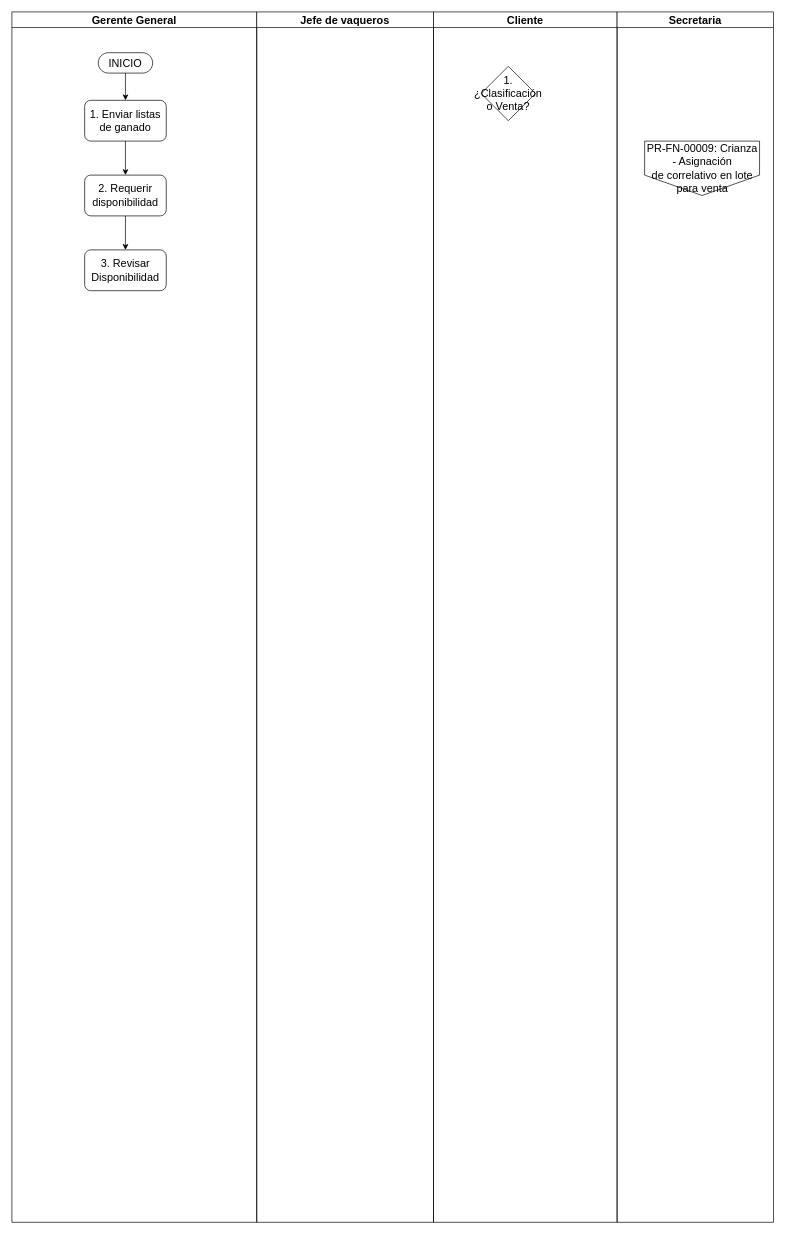
Before: page "PR-FN-00068 - Venta de ganado" (5 of 5) of FSJB.drawio in prtigofn/Dev2.0, a draw.io diagram. Source tidied: cells renumbered, new cells numbered last; positions are measured from the earlier drawing's top-left corner, leaving out a move shared by most shapes. Both pictures are drawn from the tidied source at 68%, with x=0, y=0 at pixel (12, 12).
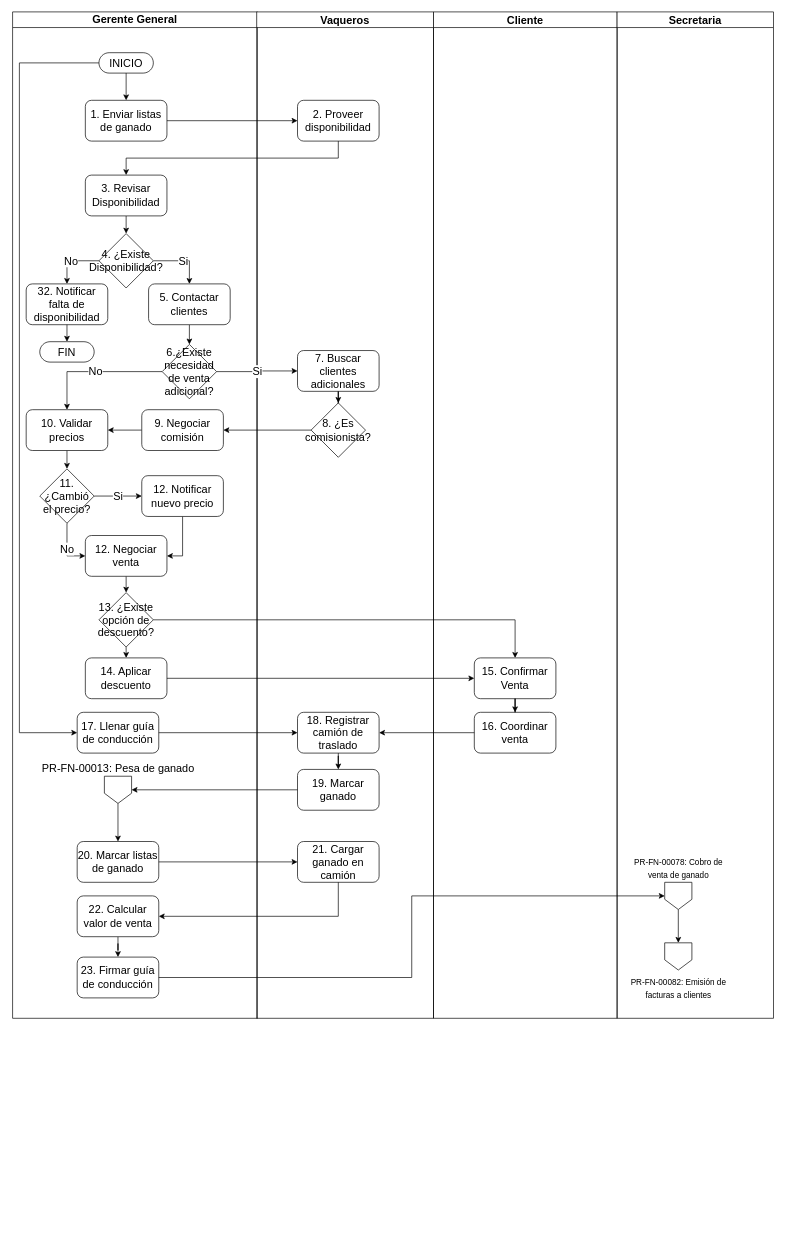
After the change.

Unchanged cells that the change refers to:
```xml
<mxCell id="3" value="INICIO" style="html=1;dashed=0;whiteSpace=wrap;shape=mxgraph.dfd.start;fontSize=16;" parent="2" vertex="1">
  <mxGeometry x="127" y="60" width="80" height="30" as="geometry" />
</mxCell>
<mxCell id="7" value="1. Enviar listas de ganado" style="rounded=1;whiteSpace=wrap;html=1;fontSize=16;" parent="2" vertex="1">
  <mxGeometry x="107" y="130" width="120" height="60" as="geometry" />
</mxCell>
```

The edit, as a diff of the source:
```diff
@@
-    <mxCell id="2" value="Gerente General" style="swimlane;whiteSpace=wrap;html=1;fontSize=16;" parent="1" vertex="1">
-      <mxGeometry width="360" height="1780" as="geometry" />
+    <mxCell id="2" value="Gerente General" style="swimlane;whiteSpace=wrap;html=1;fontSize=16;verticalAlign=bottom;horizontal=1;" parent="1" vertex="1">
+      <mxGeometry x="1" width="360" height="1480" as="geometry" />
     </mxCell>
+    <mxCell id="15" style="edgeStyle=orthogonalEdgeStyle;rounded=0;jettySize=auto;html=1;exitX=0;exitY=0.5;exitDx=0;exitDy=0;exitPerimeter=0;entryX=0;entryY=0.5;entryDx=0;entryDy=0;fontSize=16;" parent="2" edge="1" source="3" target="44">
+      <mxGeometry relative="1" as="geometry">
+        <Array as="points">
+          <mxPoint x="10" y="75" />
+          <mxPoint x="10" y="1060" />
+        </Array>
+      </mxGeometry>
+    </mxCell>
@@
-    <mxCell id="4" style="edgeStyle=orthogonalEdgeStyle;rounded=0;jettySize=auto;html=1;" parent="2" edge="1" source="5" target="6">
-      <mxGeometry relative="1" as="geometry" />
-    </mxCell>
-    <mxCell id="5" value="2. Requerir disponibilidad" style="rounded=1;whiteSpace=wrap;html=1;fontSize=16;" parent="2" vertex="1">
-      <mxGeometry x="107" y="240" width="120" height="60" as="geometry" />
-    </mxCell>
+    <mxCell id="16" style="edgeStyle=orthogonalEdgeStyle;rounded=0;jettySize=auto;html=1;exitX=0.5;exitY=1;exitDx=0;exitDy=0;entryX=0.5;entryY=0;entryDx=0;entryDy=0;fontSize=16;" parent="2" edge="1" source="6" target="12">
+      <mxGeometry relative="1" as="geometry" />
+    </mxCell>
     <mxCell id="6" value="3. Revisar Disponibilidad" style="rounded=1;whiteSpace=wrap;html=1;fontSize=16;" parent="2" vertex="1">
-      <mxGeometry x="107" y="350" width="120" height="60" as="geometry" />
+      <mxGeometry x="107" y="240" width="120" height="60" as="geometry" />
     </mxCell>
@@
-    <mxCell id="8" style="edgeStyle=orthogonalEdgeStyle;rounded=0;jettySize=auto;html=1;entryX=0.5;entryY=0;entryDx=0;entryDy=0;exitX=0.5;exitY=0.5;exitDx=0;exitDy=15.000000000000002;exitPerimeter=0;" parent="2" edge="1" source="3" target="7">
+    <mxCell id="8" style="edgeStyle=orthogonalEdgeStyle;rounded=0;jettySize=auto;html=1;entryX=0.5;entryY=0;entryDx=0;entryDy=0;exitX=0.5;exitY=0.5;exitDx=0;exitDy=15.000000000000002;exitPerimeter=0;fontSize=16;" parent="2" edge="1" source="3" target="7">
       <mxGeometry relative="1" as="geometry" />
     </mxCell>
+    <mxCell id="17" value="No" style="edgeStyle=orthogonalEdgeStyle;rounded=0;jettySize=auto;html=1;exitX=0;exitY=0.5;exitDx=0;exitDy=0;entryX=0.5;entryY=0;entryDx=0;entryDy=0;fontSize=16;" parent="2" edge="1" source="12" target="19">
+      <mxGeometry relative="1" as="geometry" />
+    </mxCell>
+    <mxCell id="18" value="Si" style="edgeStyle=orthogonalEdgeStyle;rounded=0;jettySize=auto;html=1;exitX=1;exitY=0.5;exitDx=0;exitDy=0;entryX=0.5;entryY=0;entryDx=0;entryDy=0;fontSize=16;" parent="2" edge="1" source="12" target="21">
+      <mxGeometry relative="1" as="geometry" />
+    </mxCell>
+    <mxCell id="12" value="4. ¿Existe Disponibilidad?" style="rhombus;whiteSpace=wrap;html=1;dashed=0;fontSize=16;" parent="2" vertex="1">
+      <mxGeometry x="127" y="326" width="80" height="80" as="geometry" />
+    </mxCell>
+    <mxCell id="19" value="32. Notificar falta de disponibilidad" style="rounded=1;whiteSpace=wrap;html=1;fontSize=16;" parent="2" vertex="1">
+      <mxGeometry x="20" y="400" width="120" height="60" as="geometry" />
+    </mxCell>
+    <mxCell id="20" style="edgeStyle=orthogonalEdgeStyle;rounded=0;jettySize=auto;html=1;exitX=0.5;exitY=1;exitDx=0;exitDy=0;entryX=0.5;entryY=0;entryDx=0;entryDy=0;fontSize=16;" parent="2" edge="1" source="21" target="23">
+      <mxGeometry relative="1" as="geometry" />
+    </mxCell>
+    <mxCell id="21" value="5. Contactar clientes" style="rounded=1;whiteSpace=wrap;html=1;fontSize=16;" parent="2" vertex="1">
+      <mxGeometry x="200" y="400" width="120" height="60" as="geometry" />
+    </mxCell>
+    <mxCell id="22" value="No" style="edgeStyle=orthogonalEdgeStyle;rounded=0;jettySize=auto;html=1;exitX=0;exitY=0.5;exitDx=0;exitDy=0;entryX=0.5;entryY=0;entryDx=0;entryDy=0;fontSize=16;" parent="2" edge="1" source="23" target="29">
+      <mxGeometry relative="1" as="geometry" />
+    </mxCell>
+    <mxCell id="23" value="6.¿Existe necesidad de venta adicional?" style="rhombus;whiteSpace=wrap;html=1;dashed=0;fontSize=16;" parent="2" vertex="1">
+      <mxGeometry x="220" y="489" width="80" height="80" as="geometry" />
+    </mxCell>
+    <mxCell id="24" value="FIN" style="html=1;dashed=0;whiteSpace=wrap;shape=mxgraph.dfd.start;fontSize=16;" parent="2" vertex="1">
+      <mxGeometry x="40" y="485" width="80" height="30" as="geometry" />
+    </mxCell>
+    <mxCell id="25" style="edgeStyle=orthogonalEdgeStyle;rounded=0;jettySize=auto;html=1;exitX=0.5;exitY=1;exitDx=0;exitDy=0;entryX=0.5;entryY=0.5;entryDx=0;entryDy=-15.000000000000002;entryPerimeter=0;fontSize=16;" parent="2" edge="1" source="19" target="24">
+      <mxGeometry relative="1" as="geometry" />
+    </mxCell>
+    <mxCell id="26" style="edgeStyle=orthogonalEdgeStyle;rounded=0;jettySize=auto;html=1;exitX=0;exitY=0.5;exitDx=0;exitDy=0;entryX=1;entryY=0.5;entryDx=0;entryDy=0;fontSize=16;" parent="2" edge="1" source="27" target="29">
+      <mxGeometry relative="1" as="geometry" />
+    </mxCell>
+    <mxCell id="27" value="9. Negociar comisión" style="rounded=1;whiteSpace=wrap;html=1;fontSize=16;" parent="2" vertex="1">
+      <mxGeometry x="190" y="585" width="120" height="60" as="geometry" />
+    </mxCell>
+    <mxCell id="28" value="&lt;div style=&quot;font-size: 16px;&quot;&gt;&lt;br style=&quot;font-size: 16px;&quot;&gt;&lt;/div&gt;" style="edgeStyle=orthogonalEdgeStyle;rounded=0;jettySize=auto;html=1;exitX=0.5;exitY=1;exitDx=0;exitDy=0;entryX=0.5;entryY=0;entryDx=0;entryDy=0;fontSize=16;" parent="2" edge="1" source="29" target="32">
+      <mxGeometry relative="1" as="geometry" />
+    </mxCell>
+    <mxCell id="29" value="10. Validar precios" style="rounded=1;whiteSpace=wrap;html=1;fontSize=16;" parent="2" vertex="1">
+      <mxGeometry x="20" y="585" width="120" height="60" as="geometry" />
+    </mxCell>
+    <mxCell id="30" value="Si" style="edgeStyle=orthogonalEdgeStyle;rounded=0;jettySize=auto;html=1;exitX=1;exitY=0.5;exitDx=0;exitDy=0;entryX=0;entryY=0.5;entryDx=0;entryDy=0;fontSize=16;" parent="2" edge="1" source="32" target="34">
+      <mxGeometry relative="1" as="geometry" />
+    </mxCell>
+    <mxCell id="31" value="No" style="edgeStyle=orthogonalEdgeStyle;rounded=0;jettySize=auto;html=1;exitX=0.5;exitY=1;exitDx=0;exitDy=0;entryX=0;entryY=0.5;entryDx=0;entryDy=0;fontSize=16;" parent="2" edge="1" source="32" target="36">
+      <mxGeometry relative="1" as="geometry">
+        <Array as="points">
+          <mxPoint x="80" y="800" />
+          <mxPoint x="107" y="800" />
+        </Array>
+      </mxGeometry>
+    </mxCell>
+    <mxCell id="32" value="11. ¿Cambió el precio?" style="rhombus;whiteSpace=wrap;html=1;dashed=0;fontSize=16;" parent="2" vertex="1">
+      <mxGeometry x="40" y="672" width="80" height="80" as="geometry" />
+    </mxCell>
+    <mxCell id="33" style="edgeStyle=orthogonalEdgeStyle;rounded=0;jettySize=auto;html=1;exitX=0.5;exitY=1;exitDx=0;exitDy=0;entryX=1;entryY=0.5;entryDx=0;entryDy=0;fontSize=16;" parent="2" edge="1" source="34" target="36">
+      <mxGeometry relative="1" as="geometry" />
+    </mxCell>
+    <mxCell id="34" value="12. Notificar nuevo precio" style="rounded=1;whiteSpace=wrap;html=1;fontSize=16;" parent="2" vertex="1">
+      <mxGeometry x="190" y="682" width="120" height="60" as="geometry" />
+    </mxCell>
+    <mxCell id="35" style="edgeStyle=orthogonalEdgeStyle;rounded=0;jettySize=auto;html=1;exitX=0.5;exitY=1;exitDx=0;exitDy=0;entryX=0.5;entryY=0;entryDx=0;entryDy=0;fontSize=16;" parent="2" edge="1" source="36" target="38">
+      <mxGeometry relative="1" as="geometry" />
+    </mxCell>
+    <mxCell id="36" value="12. Negociar venta" style="rounded=1;whiteSpace=wrap;html=1;fontSize=16;" parent="2" vertex="1">
+      <mxGeometry x="107" y="770" width="120" height="60" as="geometry" />
+    </mxCell>
+    <mxCell id="37" style="edgeStyle=orthogonalEdgeStyle;rounded=0;jettySize=auto;html=1;exitX=0.5;exitY=1;exitDx=0;exitDy=0;entryX=0.5;entryY=0;entryDx=0;entryDy=0;fontSize=16;" parent="2" edge="1" source="38" target="39">
+      <mxGeometry relative="1" as="geometry" />
+    </mxCell>
+    <mxCell id="38" value="13. ¿Existe opción de descuento?" style="rhombus;whiteSpace=wrap;html=1;dashed=0;fontSize=16;" parent="2" vertex="1">
+      <mxGeometry x="127" y="854" width="80" height="80" as="geometry" />
+    </mxCell>
+    <mxCell id="39" value="14. Aplicar descuento" style="rounded=1;whiteSpace=wrap;html=1;fontSize=16;" parent="2" vertex="1">
+      <mxGeometry x="107" y="950" width="120" height="60" as="geometry" />
+    </mxCell>
+    <mxCell id="40" value="20. Marcar listas de ganado" style="rounded=1;whiteSpace=wrap;html=1;fontSize=16;" parent="2" vertex="1">
+      <mxGeometry x="95" y="1220" width="120" height="60" as="geometry" />
+    </mxCell>
+    <mxCell id="41" style="edgeStyle=orthogonalEdgeStyle;rounded=0;jettySize=auto;html=1;fontSize=16;" parent="2" edge="1" source="42" target="43">
+      <mxGeometry relative="1" as="geometry" />
+    </mxCell>
+    <mxCell id="42" value="22. Calcular valor de venta" style="rounded=1;whiteSpace=wrap;html=1;fontSize=16;" parent="2" vertex="1">
+      <mxGeometry x="95" y="1300" width="120" height="60" as="geometry" />
+    </mxCell>
+    <mxCell id="43" value="23. Firmar guía de conducción" style="rounded=1;whiteSpace=wrap;html=1;fontSize=16;" parent="2" vertex="1">
+      <mxGeometry x="95" y="1390" width="120" height="60" as="geometry" />
+    </mxCell>
+    <mxCell id="44" value="17. Llenar guía de conducción" style="rounded=1;whiteSpace=wrap;html=1;fontSize=16;" parent="2" vertex="1">
+      <mxGeometry x="95" y="1030" width="120" height="60" as="geometry" />
+    </mxCell>
+    <mxCell id="45" value="PR-FN-00013: Pesa de ganado" style="shape=offPageConnector;fontSize=16;labelPosition=center;verticalLabelPosition=top;align=center;verticalAlign=bottom;html=1;" parent="2" vertex="1">
+      <mxGeometry x="135" y="1124" width="40" height="40" as="geometry" />
+    </mxCell>
+    <mxCell id="46" style="edgeStyle=orthogonalEdgeStyle;rounded=0;jettySize=auto;html=1;exitX=0.5;exitY=1;exitDx=0;exitDy=0;entryX=0.5;entryY=0;entryDx=0;entryDy=0;fontSize=16;" parent="2" edge="1" source="45" target="40">
+      <mxGeometry relative="1" as="geometry" />
+    </mxCell>
+    <mxCell id="10" value="Vaqueros" style="swimlane;whiteSpace=wrap;html=1;fontSize=16;" parent="1" vertex="1">
+      <mxGeometry x="360" width="260" height="1480" as="geometry" />
+    </mxCell>
+    <mxCell id="5" value="2. Proveer disponibilidad" style="rounded=1;whiteSpace=wrap;html=1;fontSize=16;" parent="10" vertex="1">
+      <mxGeometry x="60" y="130" width="120" height="60" as="geometry" />
+    </mxCell>
+    <mxCell id="47" style="edgeStyle=orthogonalEdgeStyle;rounded=0;jettySize=auto;html=1;entryX=0.5;entryY=0;entryDx=0;entryDy=0;fontSize=16;" parent="10" edge="1" source="48" target="49">
+      <mxGeometry relative="1" as="geometry" />
+    </mxCell>
+    <mxCell id="48" value="7. Buscar clientes adicionales" style="rounded=1;whiteSpace=wrap;html=1;fontSize=16;" parent="10" vertex="1">
+      <mxGeometry x="60" y="498" width="120" height="60" as="geometry" />
+    </mxCell>
+    <mxCell id="49" value="8. ¿Es comisionista?" style="rhombus;whiteSpace=wrap;html=1;dashed=0;fontSize=16;" parent="10" vertex="1">
+      <mxGeometry x="80" y="575" width="80" height="80" as="geometry" />
+    </mxCell>
+    <mxCell id="50" style="edgeStyle=orthogonalEdgeStyle;rounded=0;jettySize=auto;html=1;fontSize=16;" parent="10" edge="1" source="51" target="52">
+      <mxGeometry relative="1" as="geometry" />
+    </mxCell>
+    <mxCell id="51" value="18. Registrar camión de traslado" style="rounded=1;whiteSpace=wrap;html=1;fontSize=16;" parent="10" vertex="1">
+      <mxGeometry x="60" y="1030" width="120" height="60" as="geometry" />
+    </mxCell>
+    <mxCell id="52" value="19. Marcar ganado" style="rounded=1;whiteSpace=wrap;html=1;fontSize=16;" parent="10" vertex="1">
+      <mxGeometry x="60" y="1114" width="120" height="60" as="geometry" />
+    </mxCell>
+    <mxCell id="53" value="16. Coordinar venta" style="rounded=1;whiteSpace=wrap;html=1;fontSize=16;" parent="10" vertex="1">
+      <mxGeometry x="320" y="1030" width="120" height="60" as="geometry" />
+    </mxCell>
+    <mxCell id="54" style="edgeStyle=orthogonalEdgeStyle;rounded=0;jettySize=auto;html=1;fontSize=16;" parent="10" edge="1" source="53" target="51">
+      <mxGeometry relative="1" as="geometry" />
+    </mxCell>
+    <mxCell id="55" value="21. Cargar ganado en camión" style="rounded=1;whiteSpace=wrap;html=1;fontSize=16;" parent="10" vertex="1">
+      <mxGeometry x="60" y="1220" width="120" height="60" as="geometry" />
+    </mxCell>
+    <mxCell id="11" value="Cliente" style="swimlane;whiteSpace=wrap;html=1;fontSize=16;" parent="1" vertex="1">
+      <mxGeometry x="620" width="270" height="1480" as="geometry" />
+    </mxCell>
+    <mxCell id="56" value="15. Confirmar Venta" style="rounded=1;whiteSpace=wrap;html=1;fontSize=16;" parent="11" vertex="1">
+      <mxGeometry x="60" y="950" width="120" height="60" as="geometry" />
+    </mxCell>
+    <mxCell id="13" value="Secretaria" style="swimlane;whiteSpace=wrap;html=1;fontSize=16;" parent="1" vertex="1">
+      <mxGeometry x="890" width="230" height="1480" as="geometry" />
+    </mxCell>
+    <mxCell id="57" value="&lt;span style=&quot;font-size:9.0pt;font-family:&lt;br/&gt;&amp;quot;Arial&amp;quot;,sans-serif;mso-fareast-font-family:Arial;mso-ansi-language:ES-TRAD;&lt;br/&gt;mso-fareast-language:ES-TRAD;mso-bidi-language:AR-SA&quot; lang=&quot;ES-TRAD&quot;&gt;PR-FN-00082: Emisión de&lt;br/&gt;facturas a clientes&lt;/span&gt;" style="shape=offPageConnector;html=1;fontSize=16;labelPosition=center;verticalLabelPosition=bottom;align=center;verticalAlign=top;textShadow=0;" parent="13" vertex="1">
+      <mxGeometry x="70" y="1369" width="40" height="40" as="geometry" />
+    </mxCell>
+    <mxCell id="58" style="edgeStyle=orthogonalEdgeStyle;rounded=0;jettySize=auto;html=1;exitX=0.5;exitY=1;exitDx=0;exitDy=0;entryX=0.5;entryY=0;entryDx=0;entryDy=0;fontSize=16;" parent="13" edge="1" source="59" target="57">
+      <mxGeometry relative="1" as="geometry" />
+    </mxCell>
+    <mxCell id="59" value="&lt;span style=&quot;font-size:9.0pt;font-family:&lt;br/&gt;&amp;quot;Arial&amp;quot;,sans-serif;mso-fareast-font-family:Arial;mso-ansi-language:ES-TRAD;&lt;br/&gt;mso-fareast-language:ES-TRAD;mso-bidi-language:AR-SA&quot; lang=&quot;ES-TRAD&quot;&gt;PR-FN-00078: Cobro de&lt;br/&gt;venta de ganado&lt;/span&gt;" style="shape=offPageConnector;html=1;fontSize=16;verticalAlign=bottom;horizontal=1;labelPosition=center;verticalLabelPosition=top;align=center;" parent="13" vertex="1">
+      <mxGeometry x="70" y="1280" width="40" height="40" as="geometry" />
+    </mxCell>
+    <mxCell id="4" style="edgeStyle=orthogonalEdgeStyle;rounded=0;jettySize=auto;html=1;exitX=0.5;exitY=1;exitDx=0;exitDy=0;fontSize=16;" parent="1" edge="1" source="5" target="6">
+      <mxGeometry relative="1" as="geometry" />
+    </mxCell>
-    <mxCell id="9" style="edgeStyle=orthogonalEdgeStyle;rounded=0;jettySize=auto;html=1;entryX=0.5;entryY=0;entryDx=0;entryDy=0;exitX=0.5;exitY=1;exitDx=0;exitDy=0;" parent="2" edge="1" source="7" target="5">
+    <mxCell id="9" style="edgeStyle=orthogonalEdgeStyle;rounded=0;jettySize=auto;html=1;entryX=0;entryY=0.5;entryDx=0;entryDy=0;exitX=1;exitY=0.5;exitDx=0;exitDy=0;fontSize=16;" parent="1" edge="1" source="7" target="5">
       <mxGeometry relative="1" as="geometry" />
     </mxCell>
-    <mxCell id="10" value="Jefe de vaqueros" style="swimlane;whiteSpace=wrap;html=1;fontSize=16;" parent="1" vertex="1">
-      <mxGeometry x="360" width="260" height="1780" as="geometry" />
-    </mxCell>
-    <mxCell id="11" value="Cliente" style="swimlane;whiteSpace=wrap;html=1;fontSize=16;" parent="1" vertex="1">
-      <mxGeometry x="620" width="270" height="1780" as="geometry" />
-    </mxCell>
-    <mxCell id="12" value="1.¿Clasificación o Venta?" style="rhombus;whiteSpace=wrap;html=1;dashed=0;fontSize=16;" parent="11" vertex="1">
-      <mxGeometry x="70" y="80" width="80" height="80" as="geometry" />
-    </mxCell>
-    <mxCell id="13" value="Secretaria" style="swimlane;whiteSpace=wrap;html=1;fontSize=16;" parent="1" vertex="1">
-      <mxGeometry x="890" width="230" height="1780" as="geometry" />
-    </mxCell>
-    <mxCell id="14" value="&lt;span style=&quot;font-size: 16px;&quot; lang=&quot;ES-TRAD&quot;&gt;PR-FN-00009: Crianza - Asignación&lt;br style=&quot;font-size: 16px;&quot;&gt;de correlativo en lote para venta&lt;/span&gt;" style="shape=offPageConnector;whiteSpace=wrap;html=1;fontSize=16;" parent="1" vertex="1">
-      <mxGeometry x="930.5" y="190" width="169" height="80" as="geometry" />
-    </mxCell>
+    <mxCell id="60" value="Si" style="edgeStyle=orthogonalEdgeStyle;rounded=0;jettySize=auto;html=1;exitX=1;exitY=0.5;exitDx=0;exitDy=0;entryX=0;entryY=0.5;entryDx=0;entryDy=0;fontSize=16;" parent="1" edge="1" source="23" target="48">
+      <mxGeometry relative="1" as="geometry" />
+    </mxCell>
+    <mxCell id="61" style="edgeStyle=orthogonalEdgeStyle;rounded=0;jettySize=auto;html=1;exitX=0;exitY=0.5;exitDx=0;exitDy=0;entryX=1;entryY=0.5;entryDx=0;entryDy=0;fontSize=16;" parent="1" edge="1" source="49" target="27">
+      <mxGeometry relative="1" as="geometry" />
+    </mxCell>
+    <mxCell id="62" style="edgeStyle=orthogonalEdgeStyle;rounded=0;jettySize=auto;html=1;exitX=1;exitY=0.5;exitDx=0;exitDy=0;entryX=0.5;entryY=0;entryDx=0;entryDy=0;fontSize=16;" parent="1" edge="1" source="38" target="56">
+      <mxGeometry relative="1" as="geometry" />
+    </mxCell>
+    <mxCell id="63" style="edgeStyle=orthogonalEdgeStyle;rounded=0;jettySize=auto;html=1;exitX=1;exitY=0.5;exitDx=0;exitDy=0;entryX=0;entryY=0.5;entryDx=0;entryDy=0;fontSize=16;" parent="1" edge="1" source="39" target="56">
+      <mxGeometry relative="1" as="geometry" />
+    </mxCell>
+    <mxCell id="64" style="edgeStyle=orthogonalEdgeStyle;rounded=0;jettySize=auto;html=1;fontSize=16;" parent="1" edge="1" source="56" target="53">
+      <mxGeometry relative="1" as="geometry" />
+    </mxCell>
+    <mxCell id="65" style="edgeStyle=orthogonalEdgeStyle;rounded=0;jettySize=auto;html=1;fontSize=16;" parent="1" edge="1" source="40" target="55">
+      <mxGeometry relative="1" as="geometry" />
+    </mxCell>
+    <mxCell id="66" style="edgeStyle=orthogonalEdgeStyle;rounded=0;jettySize=auto;html=1;entryX=1;entryY=0.5;entryDx=0;entryDy=0;exitX=0.5;exitY=1;exitDx=0;exitDy=0;fontSize=16;" parent="1" edge="1" source="55" target="42">
+      <mxGeometry relative="1" as="geometry" />
+    </mxCell>
+    <mxCell id="67" style="edgeStyle=orthogonalEdgeStyle;rounded=0;jettySize=auto;html=1;exitX=1;exitY=0.5;exitDx=0;exitDy=0;entryX=0;entryY=0.5;entryDx=0;entryDy=0;fontSize=16;" parent="1" edge="1" source="44" target="51">
+      <mxGeometry relative="1" as="geometry" />
+    </mxCell>
+    <mxCell id="68" style="edgeStyle=orthogonalEdgeStyle;rounded=0;jettySize=auto;html=1;entryX=0;entryY=0.5;entryDx=0;entryDy=0;fontSize=16;" parent="1" edge="1" source="43" target="59">
+      <mxGeometry relative="1" as="geometry" />
+    </mxCell>
+    <mxCell id="69" style="edgeStyle=orthogonalEdgeStyle;rounded=0;jettySize=auto;html=1;exitX=0;exitY=0.5;exitDx=0;exitDy=0;entryX=1;entryY=0.5;entryDx=0;entryDy=0;fontSize=16;" parent="1" edge="1" source="52" target="45">
+      <mxGeometry relative="1" as="geometry" />
+    </mxCell>
```
